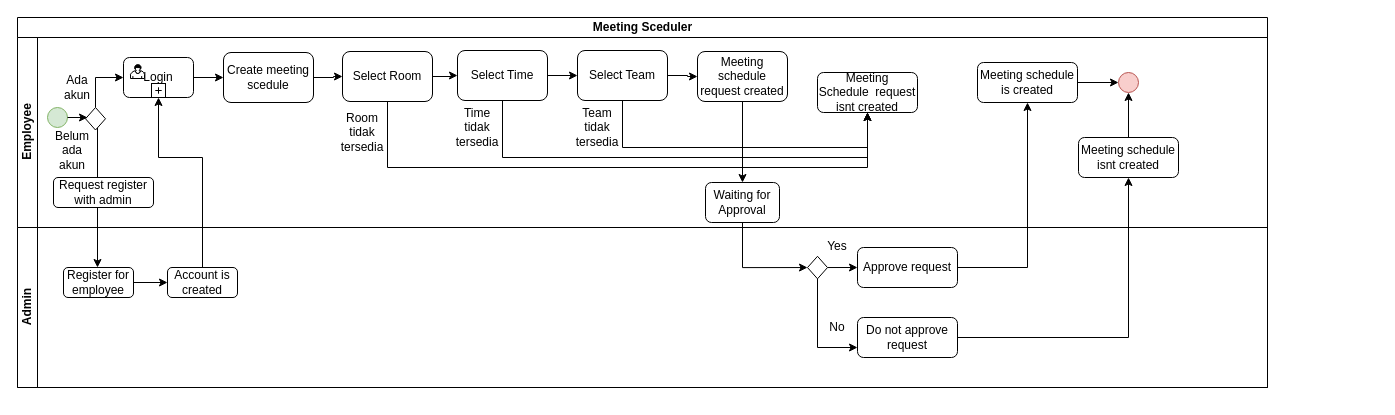
MCC-Java/Meeting-Schedule-Laila-Khoirun-Nisa keeps this draw.io diagram as page "BPMN" (1 of 3) of meetingsceduler.drawio. Above is the earlier version. Source tidied: cells renumbered, new cells numbered last; positions are measured from the earlier drawing's top-left corner, leaving out a move shared by most shapes. Both pictures are drawn from the tidied source at 100%, with x=0, y=0 at pixel (17, 17).
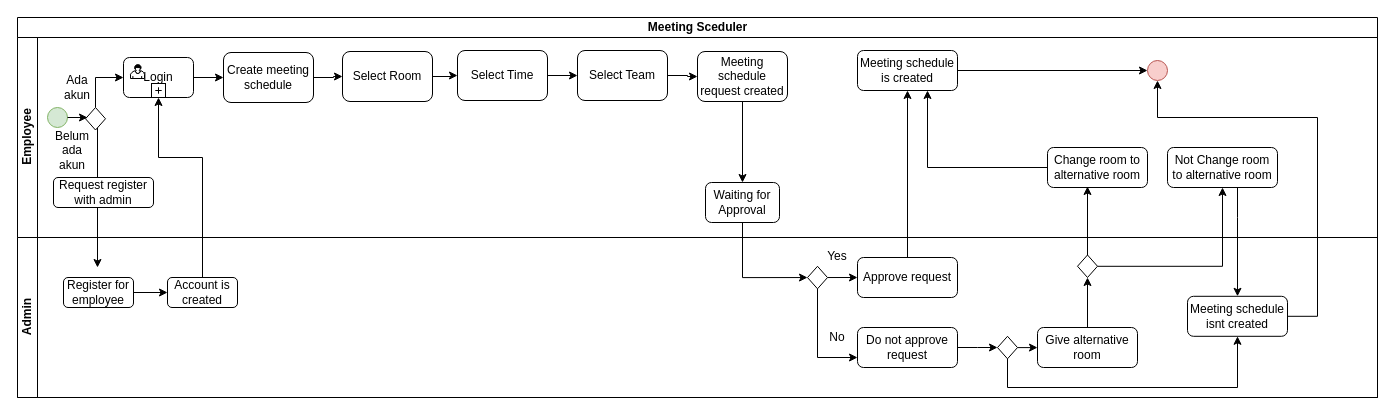
The same page after the edit.

Unchanged cells that the change refers to:
```xml
<mxCell id="9" value="Select Room" style="shape=ext;rounded=1;html=1;whiteSpace=wrap;" parent="3" vertex="1">
  <mxGeometry x="325" y="14" width="90" height="50" as="geometry" />
</mxCell>
<mxCell id="12" value="Select Time" style="shape=ext;rounded=1;html=1;whiteSpace=wrap;" parent="3" vertex="1">
  <mxGeometry x="440" y="13" width="90" height="50" as="geometry" />
</mxCell>
<mxCell id="15" value="Select Team" style="shape=ext;rounded=1;html=1;whiteSpace=wrap;" parent="3" vertex="1">
  <mxGeometry x="560" y="13" width="90" height="50" as="geometry" />
</mxCell>
<mxCell id="42" value="Approve request" style="shape=ext;rounded=1;html=1;whiteSpace=wrap;" parent="38" vertex="1">
  <mxGeometry x="840" y="20" width="100" height="40" as="geometry" />
</mxCell>
<mxCell id="49" value="Do not approve request" style="shape=ext;rounded=1;html=1;whiteSpace=wrap;" parent="38" vertex="1">
  <mxGeometry x="840" y="90" width="100" height="40" as="geometry" />
</mxCell>
```

Diff of the diagram source:
```diff
@@
     <mxCell id="2" value="Meeting Sceduler" style="swimlane;html=1;horizontal=1;startSize=20;" parent="1" vertex="1">
-      <mxGeometry width="1250" height="370" as="geometry" />
+      <mxGeometry width="1360" height="380" as="geometry" />
     </mxCell>
     <mxCell id="3" value="Employee" style="swimlane;html=1;startSize=20;horizontal=0;" parent="2" vertex="1">
-      <mxGeometry y="20" width="1250" height="190" as="geometry" />
+      <mxGeometry y="20" width="1360" height="200" as="geometry" />
     </mxCell>
@@
+    <mxCell id="21" value="Meeting schedule is created" style="whiteSpace=wrap;html=1;rounded=1;" parent="3" vertex="1">
+      <mxGeometry x="840" y="13" width="100" height="40" as="geometry" />
+    </mxCell>
+    <mxCell id="20" style="ellipse;whiteSpace=wrap;html=1;fillColor=#f8cecc;strokeColor=#b85450;" parent="3" vertex="1">
+      <mxGeometry x="1130" y="23" width="20" height="20" as="geometry" />
+    </mxCell>
-    <mxCell id="6" value="Create meeting scedule" style="shape=ext;rounded=1;html=1;whiteSpace=wrap;" parent="3" vertex="1">
+    <mxCell id="6" value="Create meeting schedule" style="shape=ext;rounded=1;html=1;whiteSpace=wrap;" parent="3" vertex="1">
       <mxGeometry x="206" y="15" width="90" height="50" as="geometry" />
     </mxCell>
@@
-    <mxCell id="8" style="edgeStyle=orthogonalEdgeStyle;rounded=0;jettySize=auto;html=1;entryX=0.5;entryY=1;entryDx=0;entryDy=0;" parent="3" edge="1" source="9" target="22">
-      <mxGeometry relative="1" as="geometry">
-        <Array as="points">
-          <mxPoint x="370" y="130" />
-          <mxPoint x="850" y="130" />
-          <mxPoint x="850" y="95" />
-        </Array>
-      </mxGeometry>
-    </mxCell>
@@
-    <mxCell id="11" style="edgeStyle=orthogonalEdgeStyle;rounded=0;jettySize=auto;html=1;entryX=0.5;entryY=1;entryDx=0;entryDy=0;" parent="3" edge="1" source="12" target="22">
-      <mxGeometry relative="1" as="geometry">
-        <Array as="points">
-          <mxPoint x="485" y="120" />
-          <mxPoint x="850" y="120" />
-          <mxPoint x="850" y="95" />
-        </Array>
-      </mxGeometry>
-    </mxCell>
@@
-    <mxCell id="14" style="edgeStyle=orthogonalEdgeStyle;rounded=0;jettySize=auto;html=1;" parent="3" edge="1" source="15" target="22">
-      <mxGeometry relative="1" as="geometry">
-        <Array as="points">
-          <mxPoint x="605" y="110" />
-          <mxPoint x="850" y="110" />
-        </Array>
-      </mxGeometry>
-    </mxCell>
@@
-    <mxCell id="20" style="ellipse;whiteSpace=wrap;html=1;fillColor=#f8cecc;strokeColor=#b85450;" parent="3" vertex="1">
-      <mxGeometry x="1101" y="35" width="20" height="20" as="geometry" />
-    </mxCell>
-    <mxCell id="21" value="Meeting schedule is created" style="whiteSpace=wrap;html=1;rounded=1;" parent="3" vertex="1">
-      <mxGeometry x="960" y="25" width="100" height="40" as="geometry" />
-    </mxCell>
-    <mxCell id="22" value="Meeting Schedule&amp;nbsp; request isnt created" style="shape=ext;rounded=1;html=1;whiteSpace=wrap;" parent="3" vertex="1">
-      <mxGeometry x="800" y="35" width="100" height="40" as="geometry" />
-    </mxCell>
@@
-    <mxCell id="28" value="Team tidak tersedia" style="text;html=1;strokeColor=none;fillColor=none;align=center;verticalAlign=middle;whiteSpace=wrap;rounded=0;" parent="3" vertex="1">
-      <mxGeometry x="560" y="80" width="40" height="20" as="geometry" />
-    </mxCell>
-    <mxCell id="29" value="Time tidak tersedia" style="text;html=1;strokeColor=none;fillColor=none;align=center;verticalAlign=middle;whiteSpace=wrap;rounded=0;" parent="3" vertex="1">
-      <mxGeometry x="440" y="80" width="40" height="20" as="geometry" />
-    </mxCell>
-    <mxCell id="30" value="Room tidak tersedia" style="text;html=1;strokeColor=none;fillColor=none;align=center;verticalAlign=middle;whiteSpace=wrap;rounded=0;" parent="3" vertex="1">
-      <mxGeometry x="325" y="85" width="40" height="20" as="geometry" />
-    </mxCell>
@@
-    <mxCell id="32" value="Meeting schedule isnt created" style="whiteSpace=wrap;html=1;rounded=1;" parent="3" vertex="1">
-      <mxGeometry x="1061" y="100" width="100" height="40" as="geometry" />
-    </mxCell>
-    <mxCell id="33" style="edgeStyle=orthogonalEdgeStyle;rounded=0;jettySize=auto;html=1;entryX=0;entryY=0.5;entryDx=0;entryDy=0;startArrow=none;startFill=0;endArrow=classic;endFill=1;" parent="3" edge="1" source="21" target="20">
-      <mxGeometry relative="1" as="geometry" />
-    </mxCell>
-    <mxCell id="34" style="edgeStyle=orthogonalEdgeStyle;rounded=0;jettySize=auto;html=1;entryX=0.5;entryY=1;entryDx=0;entryDy=0;startArrow=none;startFill=0;endArrow=classic;endFill=1;" parent="3" edge="1" source="32" target="20">
-      <mxGeometry relative="1" as="geometry" />
-    </mxCell>
@@
+    <mxCell id="56" style="edgeStyle=orthogonalEdgeStyle;rounded=0;jettySize=auto;html=1;" parent="3" edge="1" source="58">
+      <mxGeometry relative="1" as="geometry">
+        <mxPoint x="910" y="53" as="targetPoint" />
+        <Array as="points">
+          <mxPoint x="910" y="130" />
+          <mxPoint x="910" y="53" />
+        </Array>
+      </mxGeometry>
+    </mxCell>
+    <mxCell id="57" value="Not Change room to alternative room&lt;br&gt;" style="whiteSpace=wrap;html=1;rounded=1;" parent="3" vertex="1">
+      <mxGeometry x="1150" y="110" width="110" height="40" as="geometry" />
+    </mxCell>
+    <mxCell id="58" value="Change room to alternative room" style="whiteSpace=wrap;html=1;rounded=1;" parent="3" vertex="1">
+      <mxGeometry x="1030" y="110" width="100" height="40" as="geometry" />
+    </mxCell>
@@
+    <mxCell id="33" style="edgeStyle=orthogonalEdgeStyle;rounded=0;jettySize=auto;html=1;entryX=0;entryY=0.5;entryDx=0;entryDy=0;startArrow=none;startFill=0;endArrow=classic;endFill=1;" parent="3" edge="1" source="21" target="20">
+      <mxGeometry relative="1" as="geometry" />
+    </mxCell>
     <mxCell id="38" value="Admin" style="swimlane;html=1;startSize=20;horizontal=0;" parent="2" vertex="1">
-      <mxGeometry y="210" width="1250" height="160" as="geometry" />
+      <mxGeometry y="220" width="1360" height="160" as="geometry" />
     </mxCell>
@@
+    <mxCell id="32" value="Meeting schedule isnt created" style="whiteSpace=wrap;html=1;rounded=1;" parent="38" vertex="1">
+      <mxGeometry x="1170" y="58.8" width="100" height="40" as="geometry" />
+    </mxCell>
@@
+    <mxCell id="59" style="edgeStyle=orthogonalEdgeStyle;rounded=0;jettySize=auto;html=1;entryX=0;entryY=0.5;entryDx=0;entryDy=0;" parent="38" edge="1" source="49">
+      <mxGeometry relative="1" as="geometry">
+        <mxPoint x="980" y="110" as="targetPoint" />
+      </mxGeometry>
+    </mxCell>
+    <mxCell id="60" style="edgeStyle=orthogonalEdgeStyle;rounded=0;jettySize=auto;html=1;" parent="38" edge="1" source="62" target="63">
+      <mxGeometry relative="1" as="geometry" />
+    </mxCell>
+    <mxCell id="61" style="edgeStyle=orthogonalEdgeStyle;rounded=0;jettySize=auto;html=1;entryX=0.5;entryY=1;entryDx=0;entryDy=0;" parent="38" edge="1" source="62" target="32">
+      <mxGeometry relative="1" as="geometry">
+        <Array as="points">
+          <mxPoint x="990" y="150" />
+          <mxPoint x="1220" y="150" />
+        </Array>
+      </mxGeometry>
+    </mxCell>
+    <mxCell id="62" style="rhombus;whiteSpace=wrap;html=1;" parent="38" vertex="1">
+      <mxGeometry x="980" y="98.8" width="20" height="22.5" as="geometry" />
+    </mxCell>
@@
-    <mxCell id="51" style="edgeStyle=orthogonalEdgeStyle;rounded=0;jettySize=auto;html=1;startArrow=none;startFill=0;endArrow=classic;endFill=1;" parent="2" edge="1" source="42" target="21">
-      <mxGeometry relative="1" as="geometry" />
-    </mxCell>
-    <mxCell id="52" style="edgeStyle=orthogonalEdgeStyle;rounded=0;jettySize=auto;html=1;entryX=0.5;entryY=1;entryDx=0;entryDy=0;startArrow=none;startFill=0;endArrow=classic;endFill=1;" parent="2" edge="1" source="49" target="32">
-      <mxGeometry relative="1" as="geometry">
-        <Array as="points">
-          <mxPoint x="1111" y="320" />
-        </Array>
-      </mxGeometry>
-    </mxCell>
+    <mxCell id="63" value="Give alternative room" style="whiteSpace=wrap;html=1;rounded=1;" parent="38" vertex="1">
+      <mxGeometry x="1020" y="90" width="100" height="40" as="geometry" />
+    </mxCell>
@@
+    <mxCell id="51" style="edgeStyle=orthogonalEdgeStyle;rounded=0;jettySize=auto;html=1;startArrow=none;startFill=0;endArrow=classic;endFill=1;" parent="2" edge="1" source="42" target="21">
+      <mxGeometry relative="1" as="geometry" />
+    </mxCell>
+    <mxCell id="64" style="edgeStyle=orthogonalEdgeStyle;rounded=0;jettySize=auto;html=1;entryX=0.5;entryY=0;entryDx=0;entryDy=0;" parent="2" edge="1" source="57" target="32">
+      <mxGeometry relative="1" as="geometry">
+        <Array as="points">
+          <mxPoint x="1220" y="200" />
+          <mxPoint x="1220" y="200" />
+        </Array>
+      </mxGeometry>
+    </mxCell>
+    <mxCell id="34" style="edgeStyle=orthogonalEdgeStyle;rounded=0;jettySize=auto;html=1;entryX=0.5;entryY=1;entryDx=0;entryDy=0;" parent="2" edge="1" source="32" target="20">
+      <mxGeometry relative="1" as="geometry">
+        <Array as="points">
+          <mxPoint x="1300" y="299" />
+          <mxPoint x="1300" y="100" />
+          <mxPoint x="1140" y="100" />
+        </Array>
+      </mxGeometry>
+    </mxCell>
@@
+    <mxCell id="65" style="edgeStyle=orthogonalEdgeStyle;rounded=0;jettySize=auto;html=1;entryX=0.4;entryY=0.975;entryDx=0;entryDy=0;entryPerimeter=0;" parent="1" edge="1" source="67" target="58">
+      <mxGeometry relative="1" as="geometry" />
+    </mxCell>
+    <mxCell id="66" style="edgeStyle=orthogonalEdgeStyle;rounded=0;jettySize=auto;html=1;entryX=0.5;entryY=1;entryDx=0;entryDy=0;" parent="1" edge="1" source="67" target="57">
+      <mxGeometry relative="1" as="geometry" />
+    </mxCell>
+    <mxCell id="67" style="rhombus;whiteSpace=wrap;html=1;" parent="1" vertex="1">
+      <mxGeometry x="1060" y="237.5" width="20" height="22.5" as="geometry" />
+    </mxCell>
+    <mxCell id="68" style="edgeStyle=orthogonalEdgeStyle;rounded=0;jettySize=auto;html=1;" parent="1" edge="1" source="63" target="67">
+      <mxGeometry relative="1" as="geometry" />
+    </mxCell>
```
